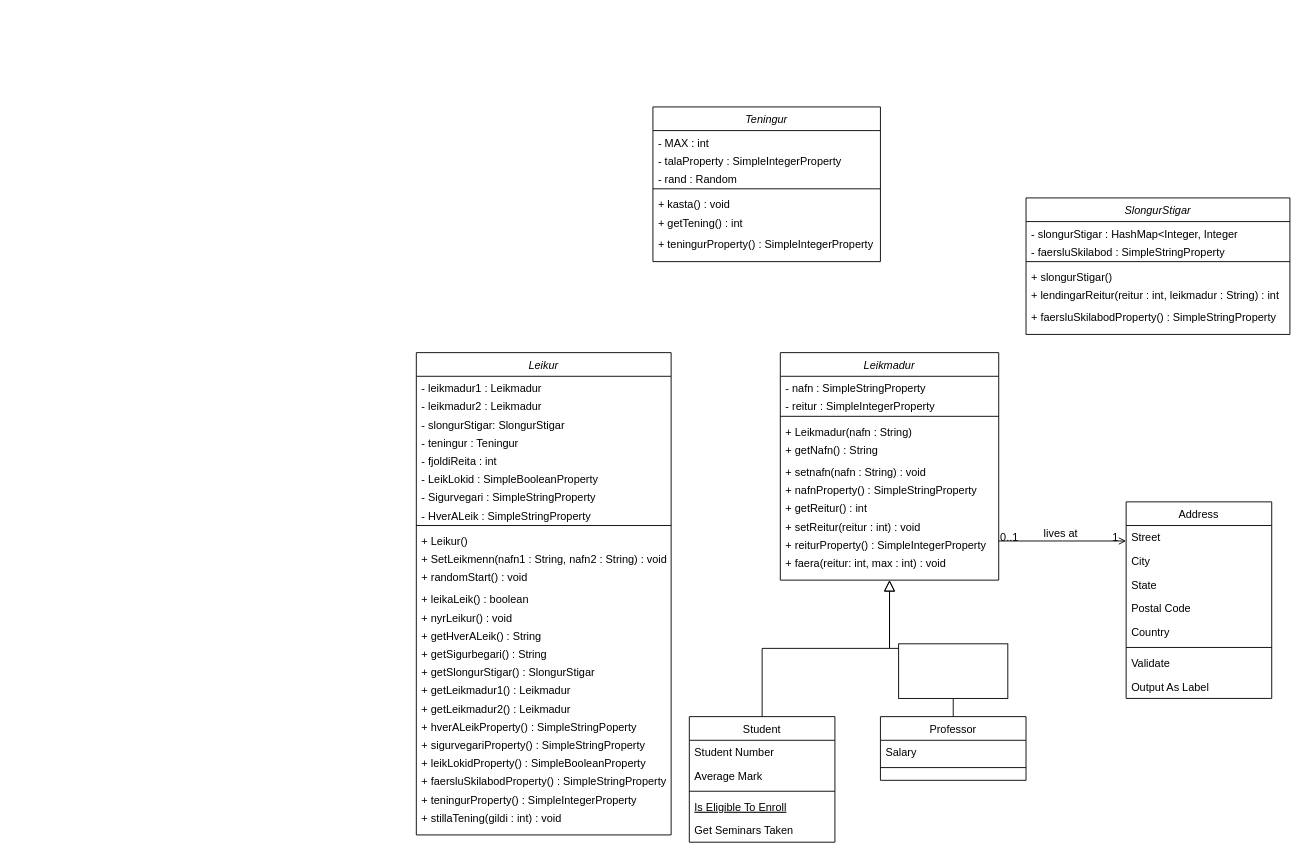
andreaei/Final_project keeps this draw.io diagram as UML.drawio. Above is the earlier version. Source tidied: cells renumbered, new cells numbered last; positions are measured from the earlier drawing's top-left corner, leaving out a move shared by most shapes. Both pictures are drawn from the tidied source at 91%, with x=0, y=0 at pixel (416, 106).
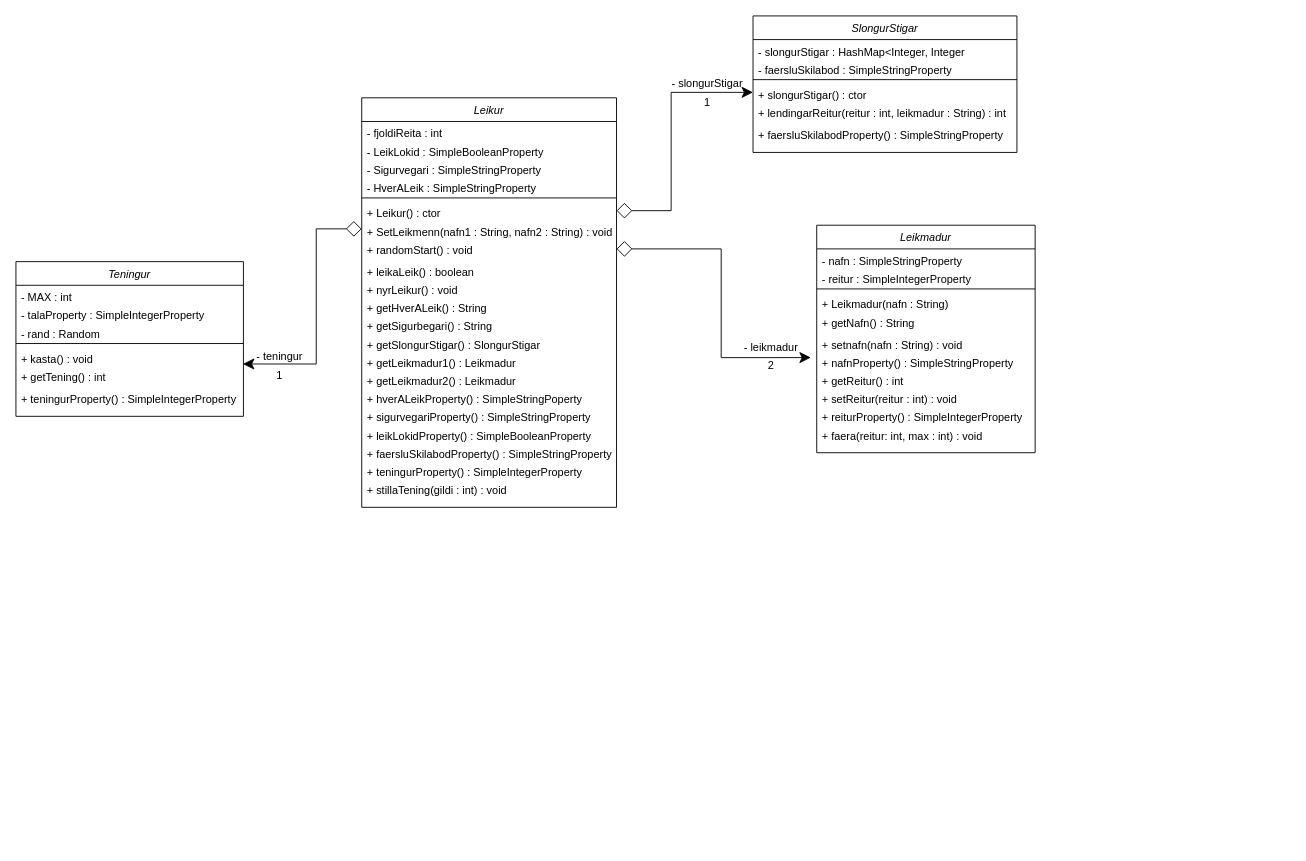
Above is the later version.

Unchanged cells that the change refers to:
```xml
<mxCell id="9" value="+ nafnProperty() : SimpleStringProperty" style="text;align=left;verticalAlign=top;spacingLeft=4;spacingRight=4;overflow=hidden;points=[[0,0.5],[1,0.5]];portConstraint=eastwest;" parent="2" vertex="1">
  <mxGeometry y="138" width="240" height="20" as="geometry" />
</mxCell>
<mxCell id="77" value="+ kasta() : void" style="text;align=left;verticalAlign=top;spacingLeft=4;spacingRight=4;overflow=hidden;points=[[0,0.5],[1,0.5]];portConstraint=eastwest;" parent="72" vertex="1">
  <mxGeometry y="94" width="250" height="20" as="geometry" />
</mxCell>
```

What changed in the source:
```diff
@@
+    <mxCell id="80" style="edgeStyle=orthogonalEdgeStyle;rounded=0;jettySize=auto;html=1;strokeColor=default;endArrow=classic;endFill=1;startArrow=diamond;startFill=0;sourcePerimeterSpacing=0;startSize=15;endSize=10;" parent="1" edge="1" source="49" target="69">
+      <mxGeometry relative="1" as="geometry">
+        <Array as="points">
+          <mxPoint x="280" y="114" />
+          <mxPoint x="280" y="-16" />
+        </Array>
+      </mxGeometry>
+    </mxCell>
     <mxCell id="2" value="Leikmadur" style="swimlane;fontStyle=2;align=center;verticalAlign=top;horizontal=1;startSize=26;rounded=0;shadow=0;strokeWidth=1;" parent="1" vertex="1">
-      <mxGeometry x="400" y="270" width="240" height="250" as="geometry" />
+      <mxGeometry x="440" y="130" width="240" height="250" as="geometry" />
     </mxCell>
@@
-    <mxCell id="14" value="Student" style="swimlane;fontStyle=0;align=center;verticalAlign=top;horizontal=1;startSize=26;rounded=0;shadow=0;strokeWidth=1;" parent="1" vertex="1">
-      <mxGeometry x="300" y="670" width="160" height="138" as="geometry" />
-    </mxCell>
-    <mxCell id="15" value="Student Number" style="text;align=left;verticalAlign=top;spacingLeft=4;spacingRight=4;overflow=hidden;" parent="14" vertex="1">
-      <mxGeometry y="26" width="160" height="26" as="geometry" />
-    </mxCell>
-    <mxCell id="16" value="Average Mark" style="text;align=left;verticalAlign=top;spacingLeft=4;spacingRight=4;overflow=hidden;rounded=0;shadow=0;html=0;" parent="14" vertex="1">
-      <mxGeometry y="52" width="160" height="26" as="geometry" />
-    </mxCell>
-    <mxCell id="17" style="line;html=1;strokeWidth=1;align=left;verticalAlign=middle;spacingTop=-1;spacingLeft=3;spacingRight=3;labelPosition=right;" parent="14" vertex="1">
-      <mxGeometry y="78" width="160" height="8" as="geometry" />
-    </mxCell>
-    <mxCell id="18" value="Is Eligible To Enroll" style="text;align=left;verticalAlign=top;spacingLeft=4;spacingRight=4;overflow=hidden;fontStyle=4;" parent="14" vertex="1">
-      <mxGeometry y="86" width="160" height="26" as="geometry" />
-    </mxCell>
-    <mxCell id="19" value="Get Seminars Taken" style="text;align=left;verticalAlign=top;spacingLeft=4;spacingRight=4;overflow=hidden;" parent="14" vertex="1">
-      <mxGeometry y="112" width="160" height="26" as="geometry" />
-    </mxCell>
-    <mxCell id="20" style="endArrow=block;endSize=10;endFill=0;shadow=0;strokeWidth=1;rounded=0;curved=0;edgeStyle=elbowEdgeStyle;elbow=vertical;" parent="1" edge="1" source="14" target="2">
-      <mxGeometry relative="1" as="geometry" />
-    </mxCell>
-    <mxCell id="21" value="Professor" style="swimlane;fontStyle=0;align=center;verticalAlign=top;horizontal=1;startSize=26;rounded=0;shadow=0;strokeWidth=1;" parent="1" vertex="1">
-      <mxGeometry x="510" y="670" width="160" height="70" as="geometry" />
-    </mxCell>
-    <mxCell id="22" value="Salary" style="text;align=left;verticalAlign=top;spacingLeft=4;spacingRight=4;overflow=hidden;" parent="21" vertex="1">
-      <mxGeometry y="26" width="160" height="26" as="geometry" />
-    </mxCell>
-    <mxCell id="23" style="line;html=1;strokeWidth=1;align=left;verticalAlign=middle;spacingTop=-1;spacingLeft=3;spacingRight=3;labelPosition=right;" parent="21" vertex="1">
-      <mxGeometry y="52" width="160" height="8" as="geometry" />
-    </mxCell>
-    <mxCell id="24" style="endArrow=block;endSize=10;endFill=0;shadow=0;strokeWidth=1;rounded=0;curved=0;edgeStyle=elbowEdgeStyle;elbow=vertical;" parent="1" edge="1" source="21" target="2">
-      <mxGeometry relative="1" as="geometry" />
-    </mxCell>
-    <mxCell id="25" value="Address" style="swimlane;fontStyle=0;align=center;verticalAlign=top;horizontal=1;startSize=26;rounded=0;shadow=0;strokeWidth=1;" parent="1" vertex="1">
-      <mxGeometry x="780" y="434" width="160" height="216" as="geometry" />
-    </mxCell>
-    <mxCell id="26" value="Street" style="text;align=left;verticalAlign=top;spacingLeft=4;spacingRight=4;overflow=hidden;" parent="25" vertex="1">
-      <mxGeometry y="26" width="160" height="26" as="geometry" />
-    </mxCell>
-    <mxCell id="27" value="City" style="text;align=left;verticalAlign=top;spacingLeft=4;spacingRight=4;overflow=hidden;rounded=0;shadow=0;html=0;" parent="25" vertex="1">
-      <mxGeometry y="52" width="160" height="26" as="geometry" />
-    </mxCell>
-    <mxCell id="28" value="State" style="text;align=left;verticalAlign=top;spacingLeft=4;spacingRight=4;overflow=hidden;rounded=0;shadow=0;html=0;" parent="25" vertex="1">
-      <mxGeometry y="78" width="160" height="26" as="geometry" />
-    </mxCell>
-    <mxCell id="29" value="Postal Code" style="text;align=left;verticalAlign=top;spacingLeft=4;spacingRight=4;overflow=hidden;rounded=0;shadow=0;html=0;" parent="25" vertex="1">
-      <mxGeometry y="104" width="160" height="26" as="geometry" />
-    </mxCell>
-    <mxCell id="30" value="Country" style="text;align=left;verticalAlign=top;spacingLeft=4;spacingRight=4;overflow=hidden;rounded=0;shadow=0;html=0;" parent="25" vertex="1">
-      <mxGeometry y="130" width="160" height="26" as="geometry" />
-    </mxCell>
-    <mxCell id="31" style="line;html=1;strokeWidth=1;align=left;verticalAlign=middle;spacingTop=-1;spacingLeft=3;spacingRight=3;labelPosition=right;" parent="25" vertex="1">
-      <mxGeometry y="156" width="160" height="8" as="geometry" />
-    </mxCell>
-    <mxCell id="32" value="Validate" style="text;align=left;verticalAlign=top;spacingLeft=4;spacingRight=4;overflow=hidden;" parent="25" vertex="1">
-      <mxGeometry y="164" width="160" height="26" as="geometry" />
-    </mxCell>
-    <mxCell id="33" value="Output As Label" style="text;align=left;verticalAlign=top;spacingLeft=4;spacingRight=4;overflow=hidden;" parent="25" vertex="1">
-      <mxGeometry y="190" width="160" height="26" as="geometry" />
-    </mxCell>
-    <mxCell id="34" style="endArrow=open;shadow=0;strokeWidth=1;rounded=0;curved=0;endFill=1;edgeStyle=elbowEdgeStyle;elbow=vertical;" parent="1" edge="1" source="2" target="25">
-      <mxGeometry x="0.5" y="41" relative="1" as="geometry">
-        <mxPoint x="-40" y="32" as="offset" />
-      </mxGeometry>
-    </mxCell>
-    <mxCell id="35" value="0..1" style="align=left;verticalAlign=bottom;labelBackgroundColor=none;fontSize=12;" parent="34" vertex="1">
-      <mxGeometry x="-1" relative="1" as="geometry">
-        <mxPoint y="4" as="offset" />
-      </mxGeometry>
-    </mxCell>
-    <mxCell id="36" value="1" style="align=right;verticalAlign=bottom;labelBackgroundColor=none;fontSize=12;" parent="34" vertex="1">
-      <mxGeometry x="1" relative="1" as="geometry">
-        <mxPoint x="-7" y="4" as="offset" />
-      </mxGeometry>
-    </mxCell>
-    <mxCell id="37" value="lives at" style="text;html=1;align=center;verticalAlign=middle;labelBackgroundColor=none;rounded=0;shadow=0;strokeWidth=1;fontSize=12;" parent="34" vertex="1">
-      <mxGeometry x="0.5" y="49" relative="1" as="geometry">
-        <mxPoint x="-38" y="40" as="offset" />
-      </mxGeometry>
-    </mxCell>
-    <mxCell id="38" style="rounded=0;whiteSpace=wrap;html=1;" parent="1" vertex="1">
-      <mxGeometry x="530" y="590" width="120" height="60" as="geometry" />
-    </mxCell>
     <mxCell id="39" value="Leikur" style="swimlane;fontStyle=2;align=center;verticalAlign=top;horizontal=1;startSize=26;rounded=0;shadow=0;strokeWidth=1;" parent="1" vertex="1">
-      <mxGeometry y="270" width="280" height="530" as="geometry" />
+      <mxGeometry x="-60" y="-10" width="280" height="450" as="geometry" />
     </mxCell>
-    <mxCell id="40" value="- leikmadur1 : Leikmadur" style="text;align=left;verticalAlign=top;spacingLeft=4;spacingRight=4;overflow=hidden;" parent="39" vertex="1">
-      <mxGeometry y="26" width="280" height="20" as="geometry" />
-    </mxCell>
-    <mxCell id="41" value="- leikmadur2 : Leikmadur" style="text;align=left;verticalAlign=top;spacingLeft=4;spacingRight=4;overflow=hidden;rounded=0;shadow=0;html=0;" parent="39" vertex="1">
-      <mxGeometry y="46" width="280" height="20" as="geometry" />
-    </mxCell>
-    <mxCell id="42" value="- slongurStigar: SlongurStigar" style="text;align=left;verticalAlign=top;spacingLeft=4;spacingRight=4;overflow=hidden;" parent="39" vertex="1">
-      <mxGeometry y="66" width="280" height="20" as="geometry" />
-    </mxCell>
-    <mxCell id="43" value="- teningur : Teningur" style="text;align=left;verticalAlign=top;spacingLeft=4;spacingRight=4;overflow=hidden;" parent="39" vertex="1">
-      <mxGeometry y="86" width="280" height="20" as="geometry" />
-    </mxCell>
     <mxCell id="44" value="- fjoldiReita : int" style="text;align=left;verticalAlign=top;spacingLeft=4;spacingRight=4;overflow=hidden;" parent="39" vertex="1">
-      <mxGeometry y="106" width="280" height="20" as="geometry" />
+      <mxGeometry y="26" width="280" height="20" as="geometry" />
     </mxCell>
     <mxCell id="45" value="- LeikLokid : SimpleBooleanProperty" style="text;align=left;verticalAlign=top;spacingLeft=4;spacingRight=4;overflow=hidden;" parent="39" vertex="1">
-      <mxGeometry y="126" width="280" height="20" as="geometry" />
+      <mxGeometry y="46" width="280" height="20" as="geometry" />
     </mxCell>
     <mxCell id="46" value="- Sigurvegari : SimpleStringProperty" style="text;align=left;verticalAlign=top;spacingLeft=4;spacingRight=4;overflow=hidden;" parent="39" vertex="1">
-      <mxGeometry y="146" width="280" height="20" as="geometry" />
+      <mxGeometry y="66" width="280" height="20" as="geometry" />
     </mxCell>
     <mxCell id="47" value="- HverALeik : SimpleStringProperty" style="text;align=left;verticalAlign=top;spacingLeft=4;spacingRight=4;overflow=hidden;" parent="39" vertex="1">
-      <mxGeometry y="166" width="280" height="20" as="geometry" />
+      <mxGeometry y="86" width="280" height="20" as="geometry" />
     </mxCell>
     <mxCell id="48" style="line;html=1;strokeWidth=1;align=left;verticalAlign=middle;spacingTop=-1;spacingLeft=3;spacingRight=3;labelPosition=right;" parent="39" vertex="1">
-      <mxGeometry y="186" width="280" height="8" as="geometry" />
+      <mxGeometry y="106" width="280" height="8" as="geometry" />
     </mxCell>
-    <mxCell id="49" value="+ Leikur()" style="text;align=left;verticalAlign=top;spacingLeft=4;spacingRight=4;overflow=hidden;points=[[0,0.5],[1,0.5]];portConstraint=eastwest;" parent="39" vertex="1">
-      <mxGeometry y="194" width="280" height="20" as="geometry" />
+    <mxCell id="49" value="+ Leikur() : ctor" style="text;align=left;verticalAlign=top;spacingLeft=4;spacingRight=4;overflow=hidden;points=[[0,0.5],[1,0.5]];portConstraint=eastwest;" parent="39" vertex="1">
+      <mxGeometry y="114" width="280" height="20" as="geometry" />
     </mxCell>
     <mxCell id="50" value="+ SetLeikmenn(nafn1 : String, nafn2 : String) : void" style="text;align=left;verticalAlign=top;spacingLeft=4;spacingRight=4;overflow=hidden;points=[[0,0.5],[1,0.5]];portConstraint=eastwest;" parent="39" vertex="1">
-      <mxGeometry y="214" width="280" height="20" as="geometry" />
+      <mxGeometry y="134" width="280" height="20" as="geometry" />
     </mxCell>
     <mxCell id="51" value="+ randomStart() : void" style="text;align=left;verticalAlign=top;spacingLeft=4;spacingRight=4;overflow=hidden;points=[[0,0.5],[1,0.5]];portConstraint=eastwest;" parent="39" vertex="1">
-      <mxGeometry y="234" width="280" height="24" as="geometry" />
+      <mxGeometry y="154" width="280" height="24" as="geometry" />
     </mxCell>
     <mxCell id="52" value="+ leikaLeik() : boolean" style="text;align=left;verticalAlign=top;spacingLeft=4;spacingRight=4;overflow=hidden;" parent="39" vertex="1">
-      <mxGeometry y="258" width="280" height="20" as="geometry" />
+      <mxGeometry y="178" width="280" height="20" as="geometry" />
     </mxCell>
     <mxCell id="53" value="+ nyrLeikur() : void" style="text;align=left;verticalAlign=top;spacingLeft=4;spacingRight=4;overflow=hidden;" parent="39" vertex="1">
-      <mxGeometry y="278" width="280" height="20" as="geometry" />
+      <mxGeometry y="198" width="280" height="20" as="geometry" />
     </mxCell>
     <mxCell id="54" value="+ getHverALeik() : String" style="text;align=left;verticalAlign=top;spacingLeft=4;spacingRight=4;overflow=hidden;" parent="39" vertex="1">
-      <mxGeometry y="298" width="280" height="20" as="geometry" />
+      <mxGeometry y="218" width="280" height="20" as="geometry" />
     </mxCell>
     <mxCell id="55" value="+ getSigurbegari() : String" style="text;align=left;verticalAlign=top;spacingLeft=4;spacingRight=4;overflow=hidden;" parent="39" vertex="1">
-      <mxGeometry y="318" width="280" height="20" as="geometry" />
+      <mxGeometry y="238" width="280" height="20" as="geometry" />
     </mxCell>
     <mxCell id="56" value="+ getSlongurStigar() : SlongurStigar" style="text;align=left;verticalAlign=top;spacingLeft=4;spacingRight=4;overflow=hidden;" parent="39" vertex="1">
-      <mxGeometry y="338" width="280" height="20" as="geometry" />
+      <mxGeometry y="258" width="280" height="20" as="geometry" />
     </mxCell>
     <mxCell id="57" value="+ getLeikmadur1() : Leikmadur&#10;" style="text;align=left;verticalAlign=top;spacingLeft=4;spacingRight=4;overflow=hidden;" parent="39" vertex="1">
-      <mxGeometry y="358" width="280" height="20" as="geometry" />
+      <mxGeometry y="278" width="280" height="20" as="geometry" />
     </mxCell>
     <mxCell id="58" value="+ getLeikmadur2() : Leikmadur&#10;" style="text;align=left;verticalAlign=top;spacingLeft=4;spacingRight=4;overflow=hidden;" parent="39" vertex="1">
-      <mxGeometry y="378" width="280" height="20" as="geometry" />
+      <mxGeometry y="298" width="280" height="20" as="geometry" />
     </mxCell>
     <mxCell id="59" value="+ hverALeikProperty() : SimpleStringPoperty" style="text;align=left;verticalAlign=top;spacingLeft=4;spacingRight=4;overflow=hidden;" parent="39" vertex="1">
-      <mxGeometry y="398" width="280" height="20" as="geometry" />
+      <mxGeometry y="318" width="280" height="20" as="geometry" />
     </mxCell>
     <mxCell id="60" value="+ sigurvegariProperty() : SimpleStringProperty" style="text;align=left;verticalAlign=top;spacingLeft=4;spacingRight=4;overflow=hidden;" parent="39" vertex="1">
-      <mxGeometry y="418" width="280" height="20" as="geometry" />
+      <mxGeometry y="338" width="280" height="20" as="geometry" />
     </mxCell>
     <mxCell id="61" value="+ leikLokidProperty() : SimpleBooleanProperty" style="text;align=left;verticalAlign=top;spacingLeft=4;spacingRight=4;overflow=hidden;" parent="39" vertex="1">
-      <mxGeometry y="438" width="280" height="20" as="geometry" />
+      <mxGeometry y="358" width="280" height="20" as="geometry" />
     </mxCell>
     <mxCell id="62" value="+ faersluSkilabodProperty() : SimpleStringProperty" style="text;align=left;verticalAlign=top;spacingLeft=4;spacingRight=4;overflow=hidden;" parent="39" vertex="1">
-      <mxGeometry y="458" width="280" height="20" as="geometry" />
+      <mxGeometry y="378" width="280" height="20" as="geometry" />
     </mxCell>
     <mxCell id="63" value="+ teningurProperty() : SimpleIntegerProperty" style="text;align=left;verticalAlign=top;spacingLeft=4;spacingRight=4;overflow=hidden;" parent="39" vertex="1">
-      <mxGeometry y="478" width="280" height="20" as="geometry" />
+      <mxGeometry y="398" width="280" height="20" as="geometry" />
     </mxCell>
     <mxCell id="64" value="+ stillaTening(gildi : int) : void" style="text;align=left;verticalAlign=top;spacingLeft=4;spacingRight=4;overflow=hidden;" parent="39" vertex="1">
-      <mxGeometry y="498" width="280" height="20" as="geometry" />
+      <mxGeometry y="418" width="280" height="20" as="geometry" />
     </mxCell>
     <mxCell id="65" value="SlongurStigar" style="swimlane;fontStyle=2;align=center;verticalAlign=top;horizontal=1;startSize=26;rounded=0;shadow=0;strokeWidth=1;" parent="1" vertex="1">
-      <mxGeometry x="670" y="100" width="290" height="150" as="geometry" />
+      <mxGeometry x="370" y="-100" width="290" height="150" as="geometry" />
     </mxCell>
@@
-    <mxCell id="69" value="+ slongurStigar()" style="text;align=left;verticalAlign=top;spacingLeft=4;spacingRight=4;overflow=hidden;points=[[0,0.5],[1,0.5]];portConstraint=eastwest;" parent="65" vertex="1">
+    <mxCell id="69" value="+ slongurStigar() : ctor " style="text;align=left;verticalAlign=top;spacingLeft=4;spacingRight=4;overflow=hidden;points=[[0,0.5],[1,0.5]];portConstraint=eastwest;" parent="65" vertex="1">
       <mxGeometry y="74" width="290" height="20" as="geometry" />
     </mxCell>
@@
     <mxCell id="72" value="Teningur" style="swimlane;fontStyle=2;align=center;verticalAlign=top;horizontal=1;startSize=26;rounded=0;shadow=0;strokeWidth=1;" parent="1" vertex="1">
-      <mxGeometry x="260" width="250" height="170" as="geometry" />
+      <mxGeometry x="-440" y="170" width="250" height="170" as="geometry" />
     </mxCell>
@@
+    <mxCell id="81" style="edgeStyle=orthogonalEdgeStyle;rounded=0;jettySize=auto;html=1;entryX=0.998;entryY=0.924;entryDx=0;entryDy=0;entryPerimeter=0;startArrow=diamond;startFill=0;startSize=15;endSize=10;" parent="1" edge="1" source="50" target="77">
+      <mxGeometry relative="1" as="geometry">
+        <Array as="points">
+          <mxPoint x="-110" y="134" />
+          <mxPoint x="-110" y="283" />
+        </Array>
+      </mxGeometry>
+    </mxCell>
+    <mxCell id="82" value="- slongurStigar" style="text;html=1;align=center;verticalAlign=middle;whiteSpace=wrap;rounded=0;" parent="1" vertex="1">
+      <mxGeometry x="270" y="-40" width="100" height="30" as="geometry" />
+    </mxCell>
+    <mxCell id="83" value="- teningur" style="text;html=1;align=center;verticalAlign=middle;whiteSpace=wrap;rounded=0;" parent="1" vertex="1">
+      <mxGeometry x="-180" y="260" width="60" height="30" as="geometry" />
+    </mxCell>
+    <mxCell id="84" style="edgeStyle=orthogonalEdgeStyle;rounded=0;jettySize=auto;html=1;entryX=-0.027;entryY=0.373;entryDx=0;entryDy=0;startArrow=diamond;startFill=0;startSize=15;endSize=10;strokeColor=default;entryPerimeter=0;" parent="1" edge="1" source="51" target="9">
+      <mxGeometry x="0.65" y="28" relative="1" as="geometry" />
+    </mxCell>
+    <mxCell id="85" value="- leikmadur" style="text;html=1;align=center;verticalAlign=middle;whiteSpace=wrap;rounded=0;" parent="1" vertex="1">
+      <mxGeometry x="350" y="250" width="80" height="30" as="geometry" />
+    </mxCell>
+    <mxCell id="86" value="2" style="text;html=1;align=center;verticalAlign=middle;whiteSpace=wrap;rounded=0;" parent="1" vertex="1">
+      <mxGeometry x="360" y="270" width="60" height="30" as="geometry" />
+    </mxCell>
+    <mxCell id="87" value="1" style="text;html=1;align=center;verticalAlign=middle;whiteSpace=wrap;rounded=0;" parent="1" vertex="1">
+      <mxGeometry x="290" y="-20" width="60" height="30" as="geometry" />
+    </mxCell>
+    <mxCell id="88" value="1" style="text;html=1;align=center;verticalAlign=middle;whiteSpace=wrap;rounded=0;" parent="1" vertex="1">
+      <mxGeometry x="-180" y="280" width="60" height="30" as="geometry" />
+    </mxCell>
```
